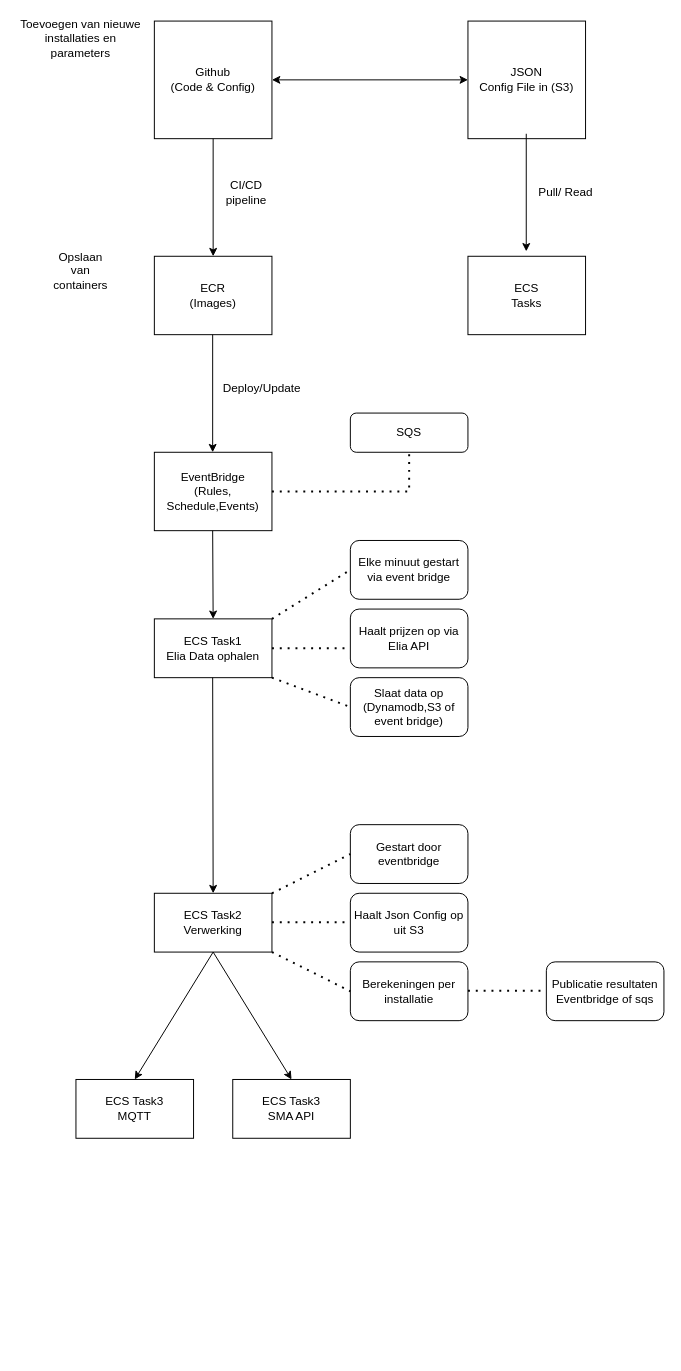
Above: Architectuur_AWS.drawio in Trevi-env/wikitrevia (draw.io), before the change. Source tidied: cells renumbered, new cells numbered last; positions are measured from the earlier drawing's top-left corner, leaving out a move shared by most shapes. Both pictures are drawn from the tidied source at 98%, with x=0, y=0 at pixel (17, 21).
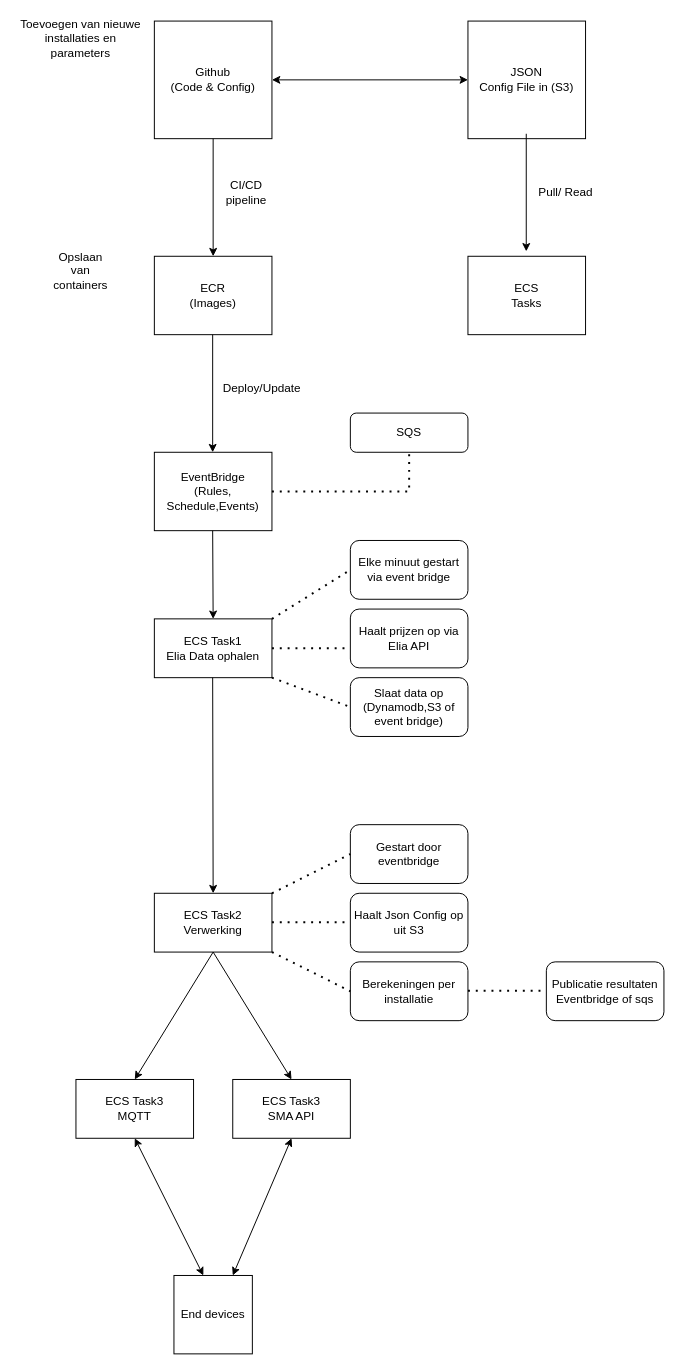
The same diagram, later.

The change refers to these unchanged cells:
```xml
<mxCell id="28" value="ECS Task3&lt;br&gt;&lt;div&gt;MQTT&lt;/div&gt;" style="rounded=0;whiteSpace=wrap;html=1;" parent="1" vertex="1">
  <mxGeometry x="60" y="1080" width="120" height="60" as="geometry" />
</mxCell>
<mxCell id="29" value="ECS Task3&lt;br&gt;SMA API" style="rounded=0;whiteSpace=wrap;html=1;" parent="1" vertex="1">
  <mxGeometry x="220" y="1080" width="120" height="60" as="geometry" />
</mxCell>
```

Change to the diagram source:
```diff
@@
+    <mxCell id="40" value="End devices" style="whiteSpace=wrap;html=1;" parent="1" vertex="1">
+      <mxGeometry x="160" y="1280" width="80" height="80" as="geometry" />
+    </mxCell>
+    <mxCell id="41" style="endArrow=classic;startArrow=classic;html=1;rounded=0;exitX=0.75;exitY=0;exitDx=0;exitDy=0;entryX=0.5;entryY=1;entryDx=0;entryDy=0;" parent="1" edge="1" source="40" target="29">
+      <mxGeometry relative="1" as="geometry" />
+    </mxCell>
+    <mxCell id="42" style="endArrow=classic;startArrow=classic;html=1;rounded=0;entryX=0.5;entryY=1;entryDx=0;entryDy=0;" parent="1" edge="1" target="28">
+      <mxGeometry relative="1" as="geometry">
+        <mxPoint x="190" y="1280" as="sourcePoint" />
+      </mxGeometry>
+    </mxCell>
```
